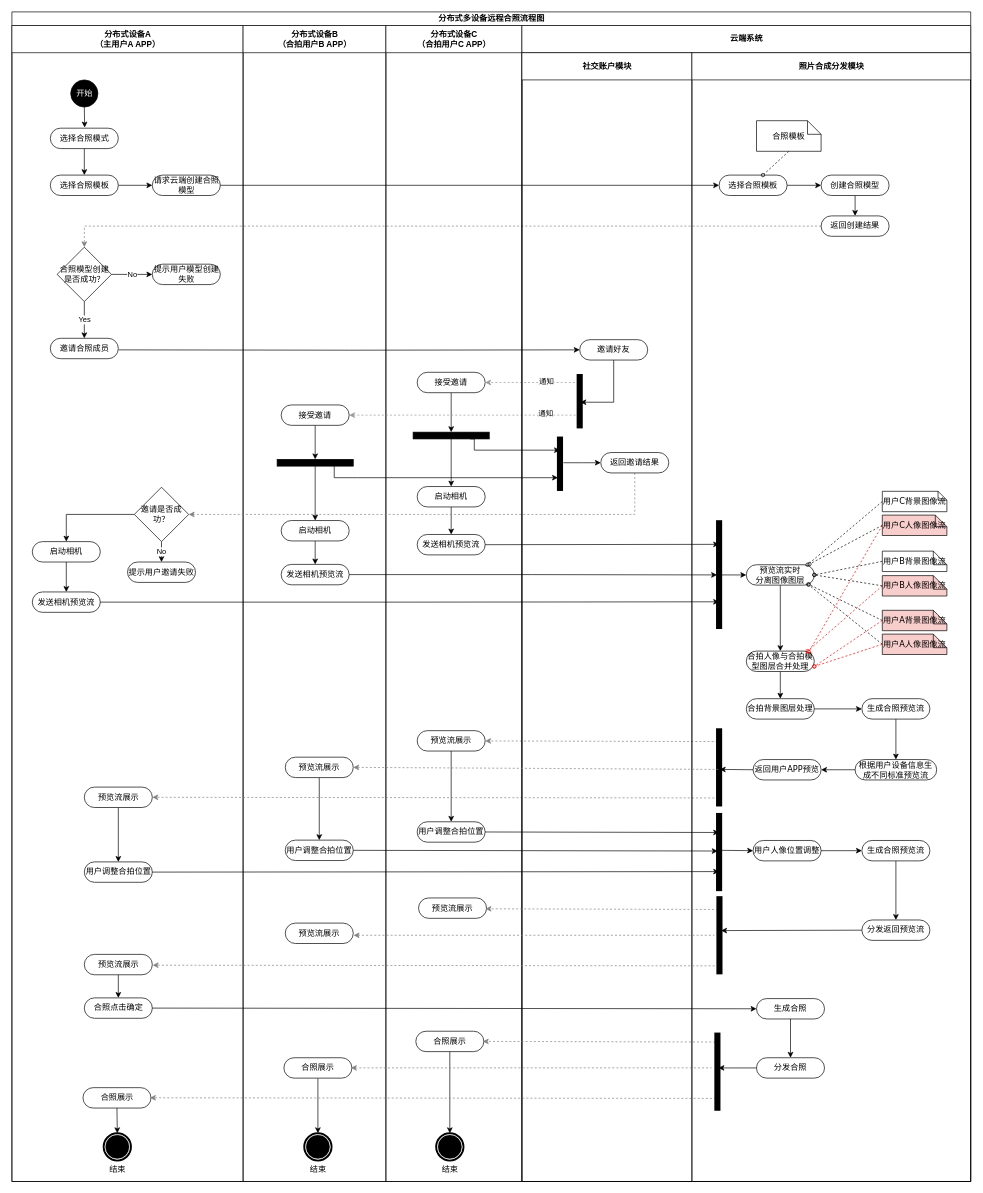
Earlier version of the draw.io diagram draw/分布式多设备远程合照流程图.drawio (befairyliu/draw.io). Source tidied: cells renumbered, new cells numbered last; positions are measured from the earlier drawing's top-left corner, leaving out a move shared by most shapes. Both pictures are drawn from the tidied source at 68%, with x=0, y=0 at pixel (12, 12).
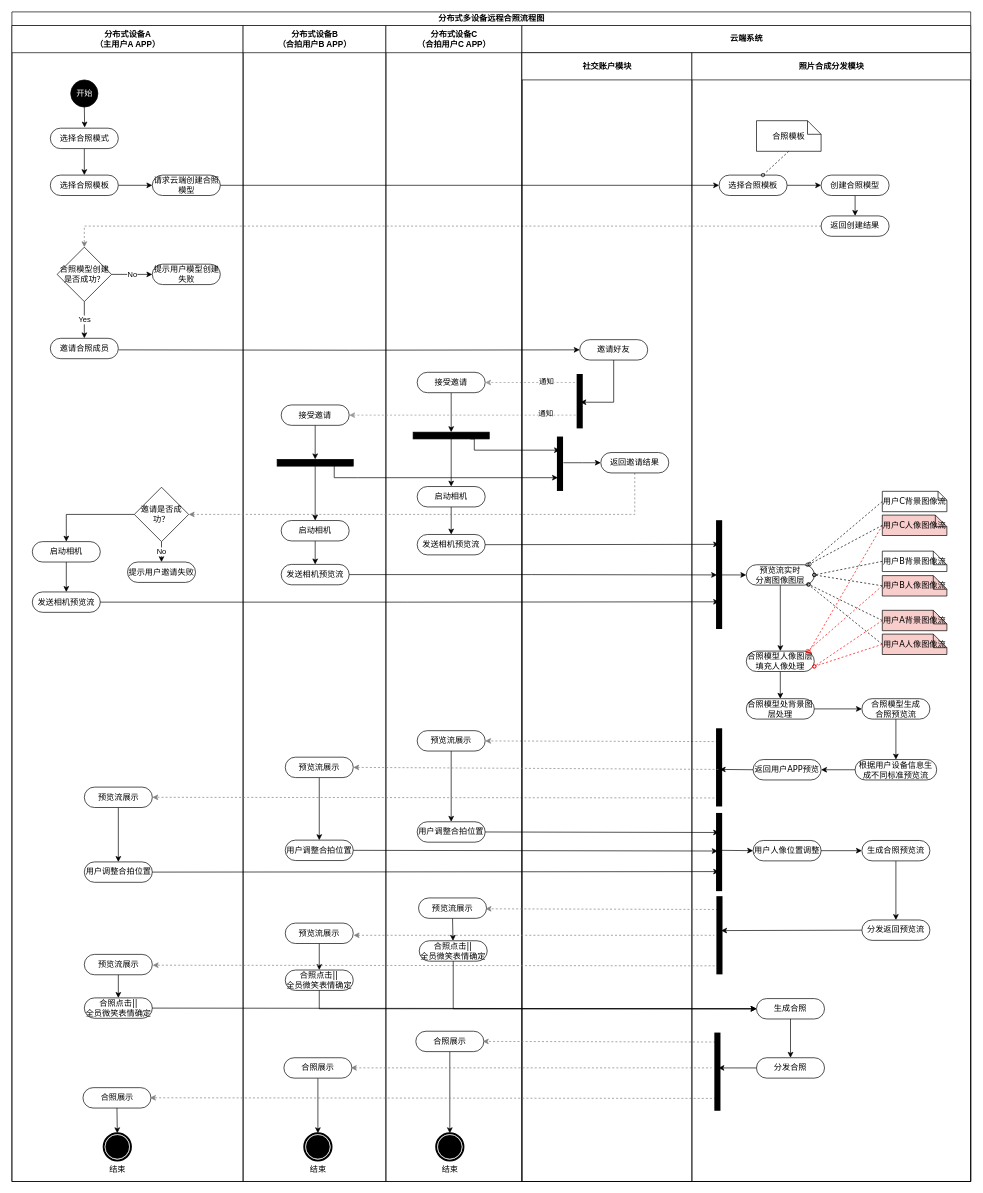
The same page after the edit.

Commit message:
Update 分布式多设备远程合照流程图.drawio

Unchanged cells that the change refers to:
```xml
<mxCell id="2" value="分布式多设备远程合照流程图" style="swimlane;html=1;startSize=20;rounded=0;shadow=0;comic=0;labelBackgroundColor=none;strokeWidth=1;fontFamily=Verdana;fontSize=12;align=center;" parent="1" vertex="1">
  <mxGeometry width="1410" height="1720" as="geometry" />
</mxCell>
<mxCell id="4" value="分布式设备A&lt;br&gt;（主用户A APP）" style="swimlane;html=1;startSize=40;" parent="2" vertex="1">
  <mxGeometry y="20" width="340" height="1700" as="geometry" />
</mxCell>
<mxCell id="33" value="分布式设备B&lt;br&gt;（合拍用户B APP）" style="swimlane;html=1;startSize=40;" parent="2" vertex="1">
  <mxGeometry x="340" y="20" width="210" height="1700" as="geometry" />
</mxCell>
<mxCell id="45" value="预览流展示" style="rounded=1;whiteSpace=wrap;html=1;shadow=0;comic=0;labelBackgroundColor=none;strokeWidth=1;fontFamily=Verdana;fontSize=12;align=center;arcSize=50;" parent="33" vertex="1">
  <mxGeometry x="62" y="1320" width="100" height="30" as="geometry" />
</mxCell>
<mxCell id="48" value="分布式设备C&lt;br&gt;（合拍用户C APP）" style="swimlane;html=1;startSize=40;" parent="2" vertex="1">
  <mxGeometry x="550" y="20" width="200" height="1700" as="geometry" />
</mxCell>
<mxCell id="59" value="预览流展示" style="rounded=1;whiteSpace=wrap;html=1;shadow=0;comic=0;labelBackgroundColor=none;strokeWidth=1;fontFamily=Verdana;fontSize=12;align=center;arcSize=50;" parent="48" vertex="1">
  <mxGeometry x="48" y="1283" width="100" height="30" as="geometry" />
</mxCell>
<mxCell id="88" value="照片合成分发模块" style="swimlane;html=1;startSize=40;" parent="77" vertex="1">
  <mxGeometry x="250" y="40" width="410" height="1660" as="geometry" />
</mxCell>
<mxCell id="114" value="生成合照" style="rounded=1;whiteSpace=wrap;html=1;shadow=0;comic=0;labelBackgroundColor=none;strokeWidth=1;fontFamily=Verdana;fontSize=12;align=center;arcSize=50;" parent="88" vertex="1">
  <mxGeometry x="95" y="1391" width="100" height="30" as="geometry" />
</mxCell>
```

The edit, as a diff of the source:
```diff
@@
-    <mxCell id="26" value="合照点击确定" style="rounded=1;whiteSpace=wrap;html=1;shadow=0;comic=0;labelBackgroundColor=none;strokeWidth=1;fontFamily=Verdana;fontSize=12;align=center;arcSize=50;" parent="4" vertex="1">
+    <mxCell id="26" value="合照点击||&lt;br&gt;全员微笑表情确定" style="rounded=1;whiteSpace=wrap;html=1;shadow=0;comic=0;labelBackgroundColor=none;strokeWidth=1;fontFamily=Verdana;fontSize=12;align=center;arcSize=50;" parent="4" vertex="1">
       <mxGeometry x="106.5" y="1430" width="100" height="30" as="geometry" />
     </mxCell>
@@
+    <mxCell id="149" style="edgeStyle=none;rounded=0;jettySize=auto;html=1;exitX=0.5;exitY=1;exitDx=0;exitDy=0;entryX=0.5;entryY=0;entryDx=0;entryDy=0;startArrow=none;startFill=0;endArrow=classic;endFill=1;strokeWidth=1;" parent="33" edge="1" source="45" target="150">
+      <mxGeometry relative="1" as="geometry" />
+    </mxCell>
@@
+    <mxCell id="150" value="合照点击||&lt;br&gt;全员微笑表情确定" style="rounded=1;whiteSpace=wrap;html=1;shadow=0;comic=0;labelBackgroundColor=none;strokeWidth=1;fontFamily=Verdana;fontSize=12;align=center;arcSize=50;" parent="33" vertex="1">
+      <mxGeometry x="62" y="1389" width="100" height="30" as="geometry" />
+    </mxCell>
@@
+    <mxCell id="151" style="edgeStyle=none;rounded=0;jettySize=auto;html=1;exitX=0.5;exitY=1;exitDx=0;exitDy=0;startArrow=none;startFill=0;endArrow=classic;endFill=1;strokeWidth=1;" parent="48" edge="1" source="59" target="152">
+      <mxGeometry relative="1" as="geometry" />
+    </mxCell>
@@
+    <mxCell id="152" value="合照点击||&lt;br&gt;全员微笑表情确定" style="rounded=1;whiteSpace=wrap;html=1;shadow=0;comic=0;labelBackgroundColor=none;strokeWidth=1;fontFamily=Verdana;fontSize=12;align=center;arcSize=50;" parent="48" vertex="1">
+      <mxGeometry x="49" y="1346" width="100" height="30" as="geometry" />
+    </mxCell>
@@
-    <mxCell id="104" value="合拍人像与合拍模型图层合并处理" style="rounded=1;whiteSpace=wrap;html=1;shadow=0;comic=0;labelBackgroundColor=none;strokeWidth=1;fontFamily=Verdana;fontSize=12;align=center;arcSize=50;" parent="88" vertex="1">
+    <mxCell id="104" value="合照模型人像图层填充人像处理" style="rounded=1;whiteSpace=wrap;html=1;shadow=0;comic=0;labelBackgroundColor=none;strokeWidth=1;fontFamily=Verdana;fontSize=12;align=center;arcSize=50;" parent="88" vertex="1">
       <mxGeometry x="80" y="880" width="100" height="30" as="geometry" />
     </mxCell>
@@
-    <mxCell id="108" value="合拍背景图层处理" style="rounded=1;whiteSpace=wrap;html=1;shadow=0;comic=0;labelBackgroundColor=none;strokeWidth=1;fontFamily=Verdana;fontSize=12;align=center;arcSize=50;" parent="88" vertex="1">
+    <mxCell id="108" value="合照模型处背景图层处理" style="rounded=1;whiteSpace=wrap;html=1;shadow=0;comic=0;labelBackgroundColor=none;strokeWidth=1;fontFamily=Verdana;fontSize=12;align=center;arcSize=50;" parent="88" vertex="1">
       <mxGeometry x="80" y="950" width="100" height="30" as="geometry" />
     </mxCell>
@@
-    <mxCell id="124" value="生成合照预览流" style="rounded=1;whiteSpace=wrap;html=1;shadow=0;comic=0;labelBackgroundColor=none;strokeWidth=1;fontFamily=Verdana;fontSize=12;align=center;arcSize=50;" parent="88" vertex="1">
+    <mxCell id="124" value="合照模型生成&lt;br&gt;合照预览流" style="rounded=1;whiteSpace=wrap;html=1;shadow=0;comic=0;labelBackgroundColor=none;strokeWidth=1;fontFamily=Verdana;fontSize=12;align=center;arcSize=50;" parent="88" vertex="1">
       <mxGeometry x="250" y="950" width="100" height="30" as="geometry" />
     </mxCell>
@@
+    <mxCell id="153" style="edgeStyle=none;rounded=0;jettySize=auto;html=1;exitX=0.5;exitY=1;exitDx=0;exitDy=0;entryX=0;entryY=0.5;entryDx=0;entryDy=0;startArrow=none;startFill=0;endArrow=classic;endFill=1;strokeColor=#000000;strokeWidth=1;" parent="2" edge="1" source="152" target="114">
+      <mxGeometry relative="1" as="geometry">
+        <Array as="points">
+          <mxPoint x="649" y="1466" />
+        </Array>
+      </mxGeometry>
+    </mxCell>
+    <mxCell id="154" style="edgeStyle=none;rounded=0;jettySize=auto;html=1;exitX=0.5;exitY=1;exitDx=0;exitDy=0;startArrow=none;startFill=0;endArrow=classic;endFill=1;strokeColor=#000000;strokeWidth=1;entryX=0;entryY=0.5;entryDx=0;entryDy=0;" parent="2" edge="1" source="150" target="114">
+      <mxGeometry relative="1" as="geometry">
+        <Array as="points">
+          <mxPoint x="452" y="1466" />
+        </Array>
+      </mxGeometry>
+    </mxCell>
```
